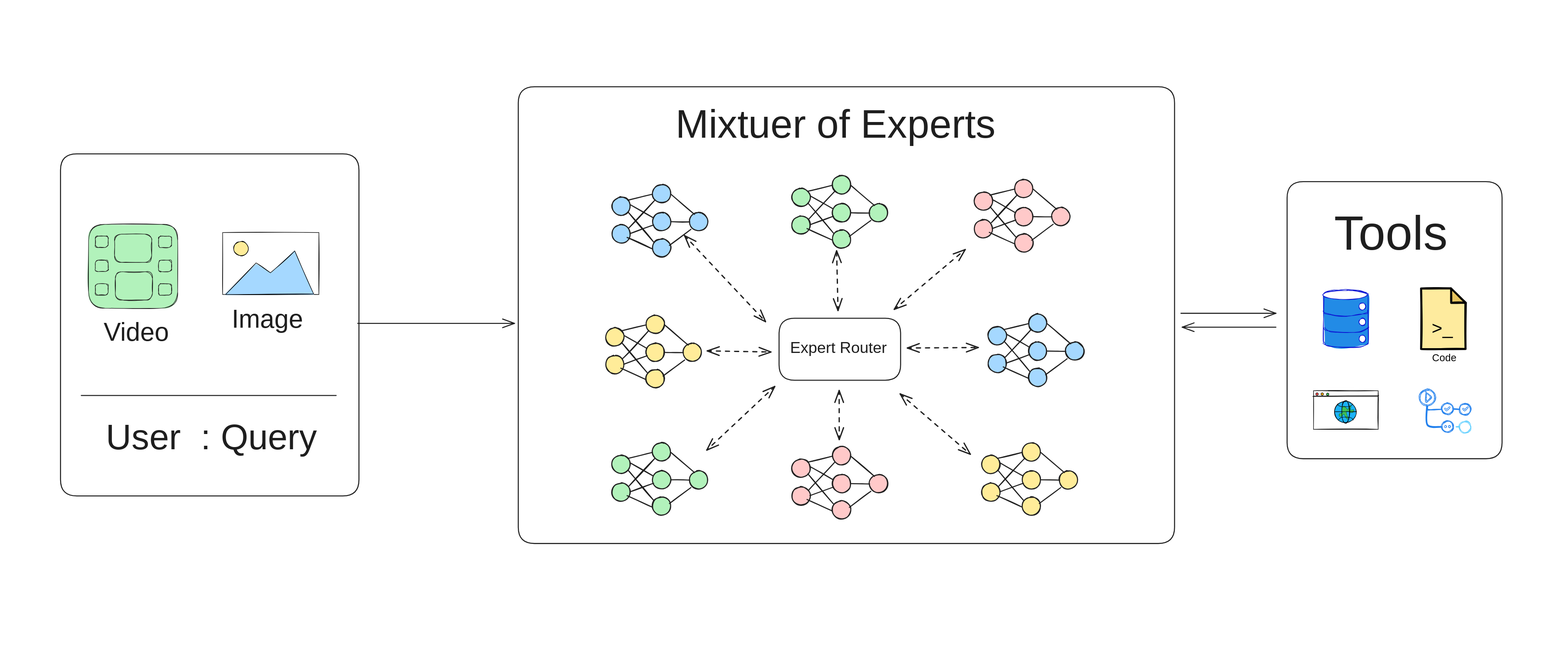
This is static/images/vagi-arch.svg from vagi-ai/vagi-ai.github.io, a Excalidraw export, as it was before one commit. Source tidied: one line per element, renumbered; positions are measured from the earlier drawing's top-left corner, leaving out a move shared by most shapes.
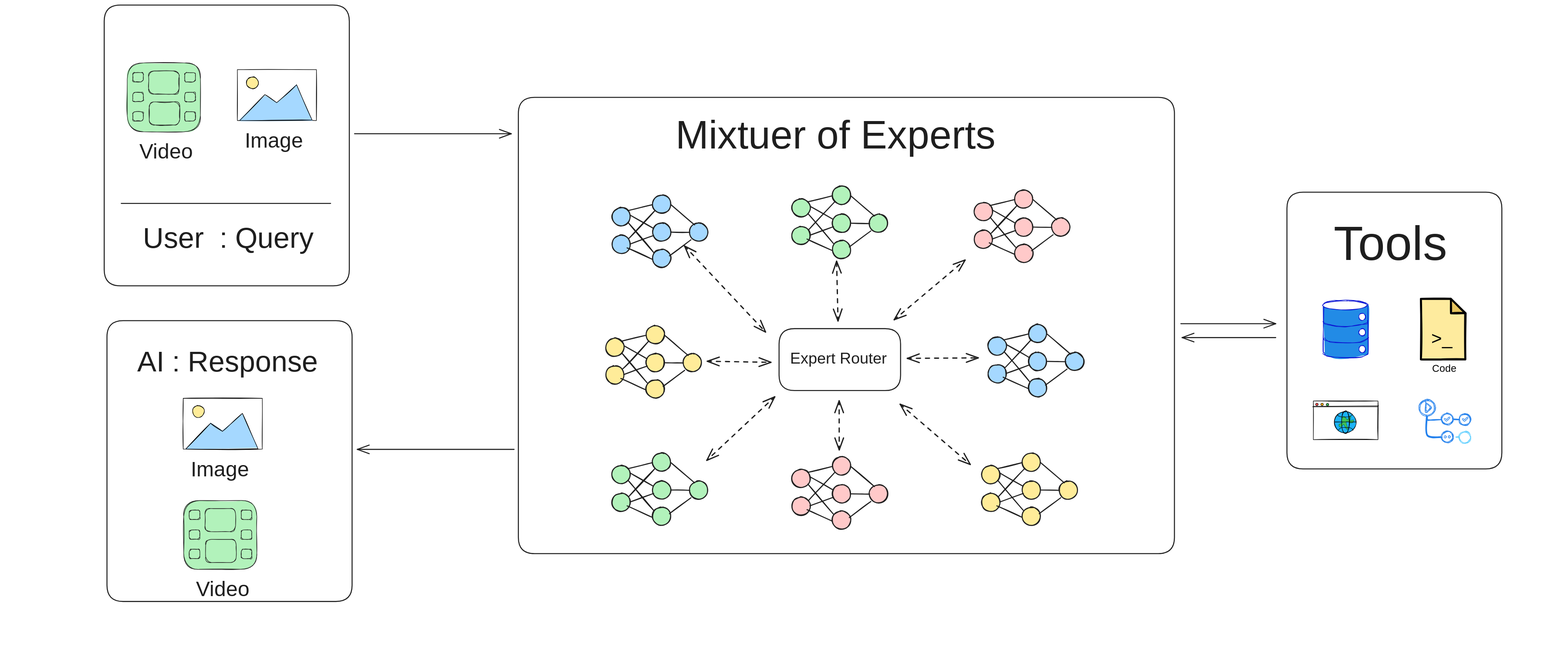
The same diagram one commit later.

Diff of the diagram source:
```diff
@@ -1,18 +1,18 @@
-{"id": 0, "type": "ellipse", "strokeColor": "#1e1e1e", "strokeWidth": 1, "roughness": 1, "opacity": 0, "x": 105, "y": 404, "width": 297, "height": 297}
+{"id": 0, "type": "ellipse", "strokeColor": "#1e1e1e", "strokeWidth": 1, "roughness": 1, "opacity": 0, "x": 192, "y": 69, "width": 244, "height": 244}
-{"id": 1, "type": "text", "text": "Video", "strokeColor": "#1e1e1e", "backgroundColor": "#b2f2bb", "fillStyle": "solid", "strokeWidth": 1, "roughness": 1, "fontSize": 50.83, "fontFamily": 6, "textAlign": "center", "x": 192, "y": 615, "width": 134, "height": 64}
+{"id": 1, "type": "text", "text": "Video", "strokeColor": "#1e1e1e", "backgroundColor": "#b2f2bb", "fillStyle": "solid", "strokeWidth": 1, "roughness": 1, "fontSize": 41.76, "fontFamily": 6, "textAlign": "center", "x": 263, "y": 242, "width": 110, "height": 52}
-{"id": 2, "type": "rectangle", "strokeColor": "#1e1e1e", "backgroundColor": "#b2f2bb", "fillStyle": "solid", "strokeWidth": 1, "roughness": 1, "round": true, "x": 165, "y": 433, "width": 176, "height": 166}
+{"id": 2, "type": "rectangle", "strokeColor": "#1e1e1e", "backgroundColor": "#b2f2bb", "fillStyle": "solid", "strokeWidth": 1, "roughness": 1, "round": true, "x": 241, "y": 93, "width": 145, "height": 136}
-{"id": 3, "type": "rectangle", "strokeColor": "#1e1e1e", "backgroundColor": "#b2f2bb", "fillStyle": "solid", "strokeWidth": 1, "roughness": 1, "round": true, "x": 178, "y": 457, "width": 26, "height": 22}
+{"id": 3, "type": "rectangle", "strokeColor": "#1e1e1e", "backgroundColor": "#b2f2bb", "fillStyle": "solid", "strokeWidth": 1, "roughness": 1, "round": true, "x": 252, "y": 112, "width": 21, "height": 18}
-{"id": 4, "type": "rectangle", "strokeColor": "#1e1e1e", "backgroundColor": "#b2f2bb", "fillStyle": "solid", "strokeWidth": 1, "roughness": 1, "round": true, "x": 178, "y": 551, "width": 26, "height": 22}
+{"id": 4, "type": "rectangle", "strokeColor": "#1e1e1e", "backgroundColor": "#b2f2bb", "fillStyle": "solid", "strokeWidth": 1, "roughness": 1, "round": true, "x": 252, "y": 190, "width": 21, "height": 18}
-{"id": 5, "type": "rectangle", "strokeColor": "#1e1e1e", "backgroundColor": "#b2f2bb", "fillStyle": "solid", "strokeWidth": 1, "roughness": 1, "round": true, "x": 178, "y": 504, "width": 26, "height": 22}
+{"id": 5, "type": "rectangle", "strokeColor": "#1e1e1e", "backgroundColor": "#b2f2bb", "fillStyle": "solid", "strokeWidth": 1, "roughness": 1, "round": true, "x": 252, "y": 151, "width": 21, "height": 18}
-{"id": 6, "type": "rectangle", "strokeColor": "#1e1e1e", "backgroundColor": "#b2f2bb", "fillStyle": "solid", "strokeWidth": 1, "roughness": 1, "round": true, "x": 304, "y": 551, "width": 26, "height": 22}
+{"id": 6, "type": "rectangle", "strokeColor": "#1e1e1e", "backgroundColor": "#b2f2bb", "fillStyle": "solid", "strokeWidth": 1, "roughness": 1, "round": true, "x": 355, "y": 190, "width": 21, "height": 18}
-{"id": 7, "type": "rectangle", "strokeColor": "#1e1e1e", "backgroundColor": "#b2f2bb", "fillStyle": "solid", "strokeWidth": 1, "roughness": 1, "round": true, "x": 304, "y": 504, "width": 26, "height": 22}
+{"id": 7, "type": "rectangle", "strokeColor": "#1e1e1e", "backgroundColor": "#b2f2bb", "fillStyle": "solid", "strokeWidth": 1, "roughness": 1, "round": true, "x": 355, "y": 151, "width": 21, "height": 18}
-{"id": 8, "type": "rectangle", "strokeColor": "#1e1e1e", "backgroundColor": "#b2f2bb", "fillStyle": "solid", "strokeWidth": 1, "roughness": 1, "round": true, "x": 304, "y": 457, "width": 26, "height": 22}
+{"id": 8, "type": "rectangle", "strokeColor": "#1e1e1e", "backgroundColor": "#b2f2bb", "fillStyle": "solid", "strokeWidth": 1, "roughness": 1, "round": true, "x": 355, "y": 112, "width": 21, "height": 18}
-{"id": 9, "type": "rectangle", "strokeColor": "#1e1e1e", "backgroundColor": "#b2f2bb", "fillStyle": "solid", "strokeWidth": 1, "roughness": 1, "round": true, "x": 218, "y": 527, "width": 74, "height": 56}
+{"id": 9, "type": "rectangle", "strokeColor": "#1e1e1e", "backgroundColor": "#b2f2bb", "fillStyle": "solid", "strokeWidth": 1, "roughness": 1, "round": true, "x": 285, "y": 170, "width": 60, "height": 46}
-{"id": 10, "type": "rectangle", "strokeColor": "#1e1e1e", "backgroundColor": "#b2f2bb", "fillStyle": "solid", "strokeWidth": 1, "roughness": 1, "round": true, "x": 216, "y": 453, "width": 74, "height": 56}
+{"id": 10, "type": "rectangle", "strokeColor": "#1e1e1e", "backgroundColor": "#b2f2bb", "fillStyle": "solid", "strokeWidth": 1, "roughness": 1, "round": true, "x": 283, "y": 109, "width": 60, "height": 46}
-{"id": 11, "type": "rectangle", "strokeColor": "#1e1e1e", "strokeWidth": 2, "roughness": 0, "round": true, "x": 110, "y": 294, "width": 590, "height": 676}
+{"id": 11, "type": "rectangle", "strokeColor": "#1e1e1e", "strokeWidth": 2, "roughness": 0, "round": true, "x": 196, "y": -21, "width": 485, "height": 555}
-{"id": 12, "type": "line", "strokeColor": "#1e1e1e", "strokeWidth": 2, "roughness": 0, "round": true, "x": 151, "y": 771, "width": 504, "height": 0, "points": [[0, 0], [504, 0]]}
+{"id": 12, "type": "line", "strokeColor": "#1e1e1e", "strokeWidth": 2, "roughness": 0, "round": true, "x": 229, "y": 371, "width": 414, "height": 0, "points": [[0, 0], [414, 0]]}
-{"id": 13, "type": "text", "text": "User  : Query", "strokeColor": "#1e1e1e", "strokeWidth": 2, "roughness": 0, "fontSize": 69.6, "fontFamily": 6, "textAlign": "center", "x": 202, "y": 811, "width": 411, "height": 87}
+{"id": 13, "type": "text", "text": "User  : Query", "strokeColor": "#1e1e1e", "strokeWidth": 2, "roughness": 0, "fontSize": 57.18, "fontFamily": 6, "textAlign": "center", "x": 272, "y": 404, "width": 338, "height": 71}
-{"id": 14, "type": "arrow", "strokeColor": "#1e1e1e", "strokeWidth": 2, "roughness": 0, "endArrowhead": "arrow", "x": 697, "y": 629, "width": 310, "height": 0, "points": [[0, 0], [310, 0]]}
+{"id": 14, "type": "arrow", "strokeColor": "#1e1e1e", "strokeWidth": 2, "roughness": 0, "endArrowhead": "arrow", "x": 691, "y": 233, "width": 310, "height": 0, "points": [[0, 0], [310, 0]]}
 {"id": 15, "type": "rectangle", "strokeColor": "#1e1e1e", "strokeWidth": 2, "roughness": 0, "round": true, "x": 1530, "y": 619, "width": 240, "height": 122}
 {"id": 16, "type": "text", "text": "Expert Router", "strokeColor": "#1e1e1e", "strokeWidth": 2, "roughness": 0, "fontSize": 30.8, "fontFamily": 6, "textAlign": "center", "x": 1551, "y": 658, "width": 194, "height": 38}
 {"id": 17, "type": "rectangle", "strokeColor": "#1e1e1e", "strokeWidth": 2, "roughness": 0, "round": true, "x": 1015, "y": 161, "width": 1298, "height": 902}
@@ -193,8 +193,27 @@
 {"id": 192, "type": "line", "strokeColor": "#2280ed", "strokeWidth": 2, "roughness": 1, "round": true, "x": 2864, "y": 798, "width": 11, "height": 0, "points": [[0, 0], [11, 0]]}
 {"id": 193, "type": "ellipse", "strokeColor": "#2280ed", "backgroundColor": "#2280ed", "fillStyle": "cross-hatch", "strokeWidth": 1, "roughness": 1, "x": 2845, "y": 831, "width": 4, "height": 4}
 {"id": 194, "type": "ellipse", "strokeColor": "#2280ed", "backgroundColor": "#2280ed", "fillStyle": "cross-hatch", "strokeWidth": 1, "roughness": 1, "x": 2853, "y": 831, "width": 4, "height": 4}
-{"id": 195, "type": "rectangle", "strokeColor": "#000000", "strokeWidth": 1, "roughness": 1, "x": 430, "y": 449, "width": 190, "height": 123}
+{"id": 195, "type": "rectangle", "strokeColor": "#000000", "strokeWidth": 1, "roughness": 1, "x": 459, "y": 106, "width": 156, "height": 101}
-{"id": 196, "type": "line", "strokeColor": "#000000", "backgroundColor": "#a5d8ff", "fillStyle": "solid", "strokeWidth": 1, "roughness": 1, "x": 436, "y": 572, "width": 174, "height": 86, "points": [[0, 0], [60, -62], [89, -43], [137, -86], [174, -1], [0, 0]]}
+{"id": 196, "type": "line", "strokeColor": "#000000", "backgroundColor": "#a5d8ff", "fillStyle": "solid", "strokeWidth": 1, "roughness": 1, "x": 464, "y": 207, "width": 143, "height": 71, "points": [[0, 0], [49, -51], [73, -35], [112, -71], [143, -1], [0, 0]]}
-{"id": 197, "type": "ellipse", "strokeColor": "#000000", "backgroundColor": "#ffec99", "fillStyle": "solid", "strokeWidth": 1, "roughness": 1, "x": 452, "y": 467, "width": 29, "height": 29}
+{"id": 197, "type": "ellipse", "strokeColor": "#000000", "backgroundColor": "#ffec99", "fillStyle": "solid", "strokeWidth": 1, "roughness": 1, "x": 477, "y": 121, "width": 23, "height": 23}
-{"id": 198, "type": "text", "text": "Image", "strokeColor": "#1e1e1e", "backgroundColor": "#b2f2bb", "fillStyle": "solid", "strokeWidth": 1, "roughness": 1, "fontSize": 50.83, "fontFamily": 6, "textAlign": "center", "x": 448, "y": 589, "width": 141, "height": 64}
+{"id": 198, "type": "text", "text": "Image", "strokeColor": "#1e1e1e", "backgroundColor": "#b2f2bb", "fillStyle": "solid", "strokeWidth": 1, "roughness": 1, "fontSize": 41.76, "fontFamily": 6, "textAlign": "center", "x": 474, "y": 221, "width": 116, "height": 52}
-{"id": 199, "type": "line", "strokeColor": "#2f9e44", "strokeWidth": 4, "roughness": 0, "opacity": 0, "round": true, "x": 609, "y": 0, "width": 0, "height": 293, "points": [[0, 0], [0, 293]]}
+{"id": 199, "type": "line", "strokeColor": "#2f9e44", "strokeWidth": 4, "roughness": 0, "opacity": 0, "round": true, "x": 611, "y": 62, "width": 0, "height": 240, "points": [[0, 0], [0, 240]]}
+{"id": 200, "type": "ellipse", "strokeColor": "#1e1e1e", "strokeWidth": 1, "roughness": 1, "opacity": 0, "x": 303, "y": 934, "width": 244, "height": 244}
+{"id": 201, "type": "text", "text": "Video", "strokeColor": "#1e1e1e", "backgroundColor": "#b2f2bb", "fillStyle": "solid", "strokeWidth": 1, "roughness": 1, "fontSize": 41.76, "fontFamily": 6, "textAlign": "center", "x": 375, "y": 1108, "width": 110, "height": 52}
+{"id": 202, "type": "rectangle", "strokeColor": "#1e1e1e", "backgroundColor": "#b2f2bb", "fillStyle": "solid", "strokeWidth": 1, "roughness": 1, "round": true, "x": 353, "y": 959, "width": 145, "height": 136}
+{"id": 203, "type": "rectangle", "strokeColor": "#1e1e1e", "backgroundColor": "#b2f2bb", "fillStyle": "solid", "strokeWidth": 1, "roughness": 1, "round": true, "x": 364, "y": 978, "width": 21, "height": 18}
+{"id": 204, "type": "rectangle", "strokeColor": "#1e1e1e", "backgroundColor": "#b2f2bb", "fillStyle": "solid", "strokeWidth": 1, "roughness": 1, "round": true, "x": 364, "y": 1055, "width": 21, "height": 18}
+{"id": 205, "type": "rectangle", "strokeColor": "#1e1e1e", "backgroundColor": "#b2f2bb", "fillStyle": "solid", "strokeWidth": 1, "roughness": 1, "round": true, "x": 364, "y": 1017, "width": 21, "height": 18}
+{"id": 206, "type": "rectangle", "strokeColor": "#1e1e1e", "backgroundColor": "#b2f2bb", "fillStyle": "solid", "strokeWidth": 1, "roughness": 1, "round": true, "x": 467, "y": 1055, "width": 21, "height": 18}
+{"id": 207, "type": "rectangle", "strokeColor": "#1e1e1e", "backgroundColor": "#b2f2bb", "fillStyle": "solid", "strokeWidth": 1, "roughness": 1, "round": true, "x": 467, "y": 1017, "width": 21, "height": 18}
+{"id": 208, "type": "rectangle", "strokeColor": "#1e1e1e", "backgroundColor": "#b2f2bb", "fillStyle": "solid", "strokeWidth": 1, "roughness": 1, "round": true, "x": 467, "y": 978, "width": 21, "height": 18}
+{"id": 209, "type": "rectangle", "strokeColor": "#1e1e1e", "backgroundColor": "#b2f2bb", "fillStyle": "solid", "strokeWidth": 1, "roughness": 1, "round": true, "x": 396, "y": 1036, "width": 60, "height": 46}
+{"id": 210, "type": "rectangle", "strokeColor": "#1e1e1e", "backgroundColor": "#b2f2bb", "fillStyle": "solid", "strokeWidth": 1, "roughness": 1, "round": true, "x": 395, "y": 975, "width": 60, "height": 46}
+{"id": 211, "type": "rectangle", "strokeColor": "#1e1e1e", "strokeWidth": 2, "roughness": 0, "round": true, "x": 201, "y": 603, "width": 485, "height": 555}
+{"id": 212, "type": "text", "text": "AI : Response", "strokeColor": "#1e1e1e", "strokeWidth": 2, "roughness": 0, "fontSize": 57.18, "fontFamily": 6, "textAlign": "center", "x": 264, "y": 649, "width": 352, "height": 71}
+{"id": 213, "type": "arrow", "strokeColor": "#1e1e1e", "strokeWidth": 2, "roughness": 0, "startArrowhead": "arrow", "x": 696, "y": 858, "width": 310, "height": 0, "points": [[0, 0], [310, 0]]}
+{"id": 214, "type": "rectangle", "strokeColor": "#000000", "strokeWidth": 1, "roughness": 1, "x": 352, "y": 757, "width": 156, "height": 101}
+{"id": 215, "type": "line", "strokeColor": "#000000", "backgroundColor": "#a5d8ff", "fillStyle": "solid", "strokeWidth": 1, "roughness": 1, "x": 357, "y": 857, "width": 143, "height": 71, "points": [[0, 0], [49, -51], [73, -35], [112, -71], [143, -1], [0, 0]]}
+{"id": 216, "type": "ellipse", "strokeColor": "#000000", "backgroundColor": "#ffec99", "fillStyle": "solid", "strokeWidth": 1, "roughness": 1, "x": 370, "y": 771, "width": 23, "height": 23}
+{"id": 217, "type": "text", "text": "Image", "strokeColor": "#1e1e1e", "backgroundColor": "#b2f2bb", "fillStyle": "solid", "strokeWidth": 1, "roughness": 1, "fontSize": 41.76, "fontFamily": 6, "textAlign": "center", "x": 366, "y": 871, "width": 116, "height": 52}
+{"id": 218, "type": "line", "strokeColor": "#2f9e44", "strokeWidth": 4, "roughness": 0, "opacity": 0, "round": true, "x": 617, "y": 687, "width": 0, "height": 240, "points": [[0, 0], [0, 240]]}
```
